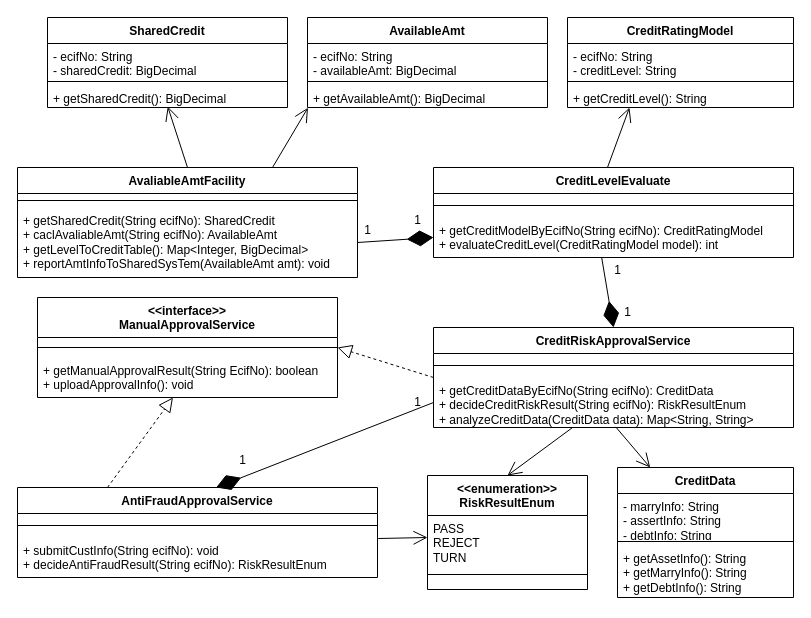
The draw.io diagram 授信额度审批-.drawio in wuxiao-web/graduationThesis, before the edit. Source tidied: cells renumbered, new cells numbered last; positions are measured from the earlier drawing's top-left corner, leaving out a move shared by most shapes. Both pictures are drawn from the tidied source at 100%, with x=0, y=0 at pixel (17, 17).
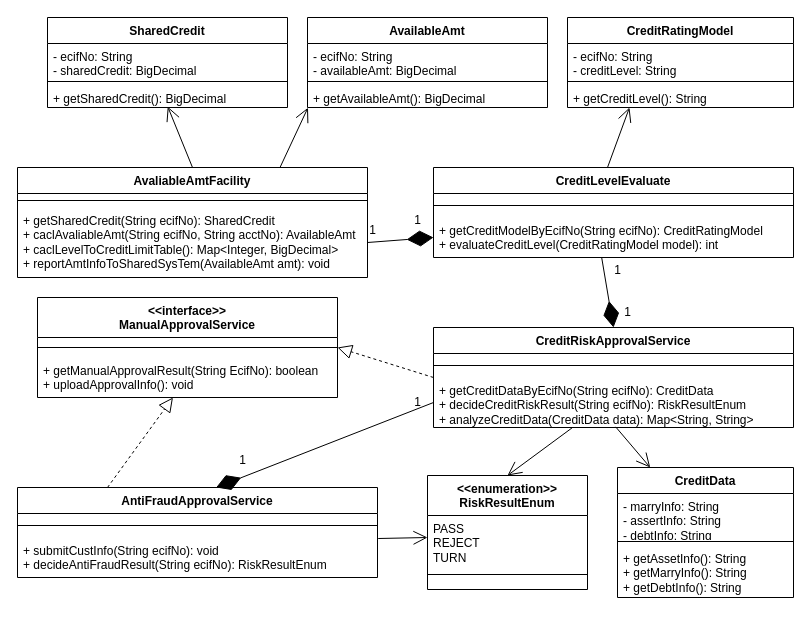
The same page after the edit.

Commit message:
更新授信额度审批-.drawio

Change to the diagram source:
```diff
@@
     <mxCell id="2" value="AvaliableAmtFacility" style="swimlane;fontStyle=1;align=center;verticalAlign=top;horizontal=1;startSize=26;whiteSpace=wrap;html=1;" parent="1" vertex="1">
-      <mxGeometry y="150" width="340" height="110" as="geometry" />
+      <mxGeometry y="150" width="350" height="110" as="geometry" />
     </mxCell>
     <mxCell id="3" style="line;strokeWidth=1;fillColor=none;align=left;verticalAlign=middle;spacingTop=-1;spacingLeft=3;spacingRight=3;labelPosition=right;strokeColor=inherit;" parent="2" vertex="1">
-      <mxGeometry y="26" width="340" height="14" as="geometry" />
+      <mxGeometry y="26" width="350" height="14" as="geometry" />
     </mxCell>
-    <mxCell id="4" value="+ getSharedCredit(String ecifNo): SharedCredit&lt;br&gt;+ caclAvaliableAmt(String ecifNo): AvailableAmt&lt;br&gt;+ getLevelToCreditTable(): Map&amp;lt;Integer, BigDecimal&amp;gt;&lt;br&gt;+ reportAmtInfoToSharedSysTem(AvailableAmt amt): void" style="text;strokeColor=none;fillColor=none;align=left;verticalAlign=top;spacingLeft=4;spacingRight=4;overflow=hidden;points=[[0,0.5],[1,0.5]];portConstraint=eastwest;whiteSpace=wrap;html=1;" parent="2" vertex="1">
-      <mxGeometry y="40" width="340" height="70" as="geometry" />
+    <mxCell id="4" value="+ getSharedCredit(String ecifNo): SharedCredit&lt;br&gt;+ caclAvaliableAmt(String ecifNo, String acctNo): AvailableAmt&lt;br&gt;+ caclLevelToCreditLimitTable(): Map&amp;lt;Integer, BigDecimal&amp;gt;&lt;br&gt;+ reportAmtInfoToSharedSysTem(AvailableAmt amt): void" style="text;strokeColor=none;fillColor=none;align=left;verticalAlign=top;spacingLeft=4;spacingRight=4;overflow=hidden;points=[[0,0.5],[1,0.5]];portConstraint=eastwest;whiteSpace=wrap;html=1;" parent="2" vertex="1">
+      <mxGeometry y="40" width="350" height="70" as="geometry" />
     </mxCell>
@@
     <mxCell id="45" value="1" style="text;html=1;align=center;verticalAlign=middle;strokeColor=none;fillColor=none;" parent="1" vertex="1">
-      <mxGeometry x="335" y="198" width="30" height="30" as="geometry" />
+      <mxGeometry x="340" y="198" width="30" height="30" as="geometry" />
     </mxCell>
```
